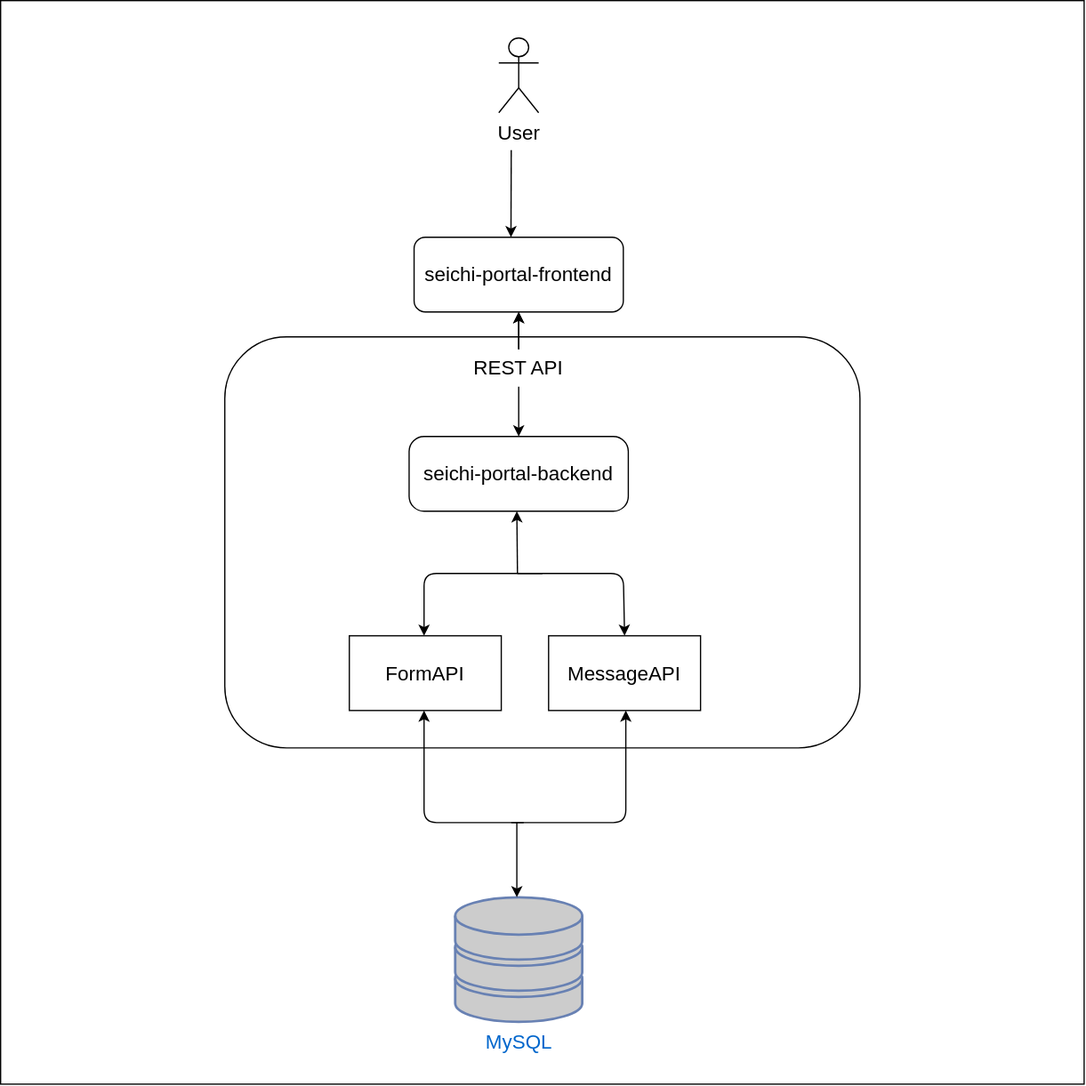
The draw.io diagram docs/overhead-view.drawio.svg in GiganticMinecraft/seichi-portal-backend, before a commit. Source tidied: cells renumbered, new cells last; positions are measured from the earlier drawing's top-left corner, leaving out a move shared by most shapes.
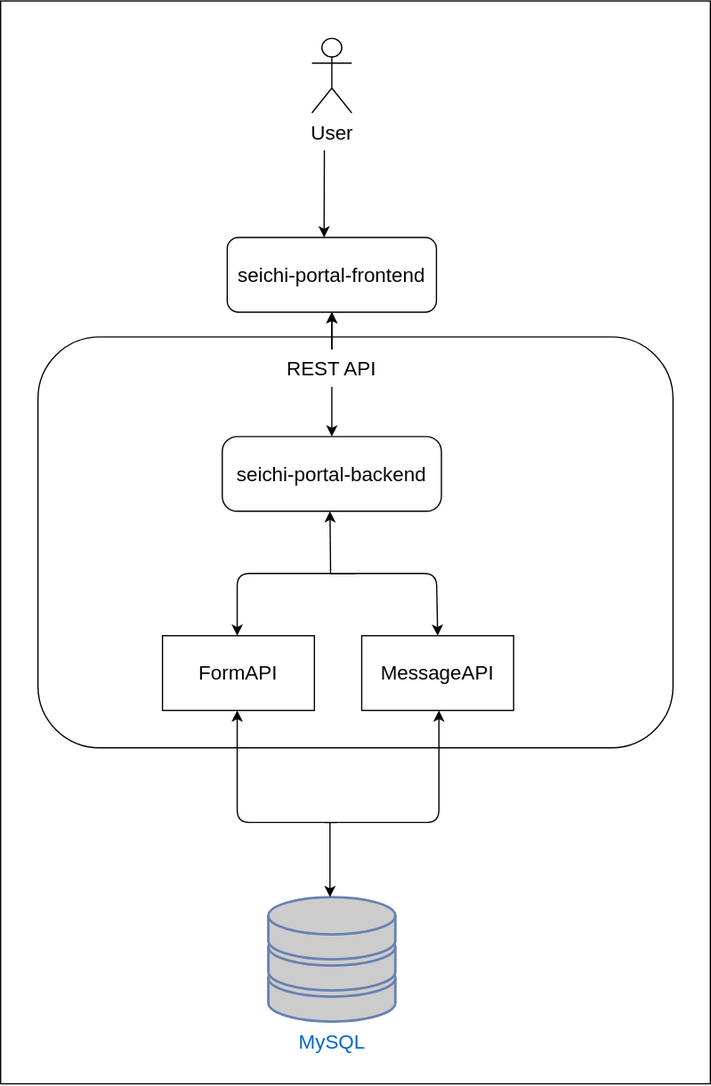
After the commit.

Commit message:
docs: 背景が反映されていないので修正

The edit, as a diff of the source:
```diff
@@ -2,9 +2,9 @@
   <root>
     <mxCell id="0" />
     <mxCell id="1" parent="0" />
-    <mxCell id="2" style="whiteSpace=wrap;html=1;" parent="1" vertex="1">
-      <mxGeometry width="870" height="870" as="geometry" />
-    </mxCell>
+    <mxCell id="21" style="rounded=0;whiteSpace=wrap;html=1;" parent="1" vertex="1">
+      <mxGeometry x="150" width="570" height="870" as="geometry" />
+    </mxCell>
     <mxCell id="3" style="rounded=1;whiteSpace=wrap;html=1;strokeWidth=1;fontSize=16;" parent="1" vertex="1">
       <mxGeometry x="180" y="270" width="510" height="330" as="geometry" />
     </mxCell>
```
